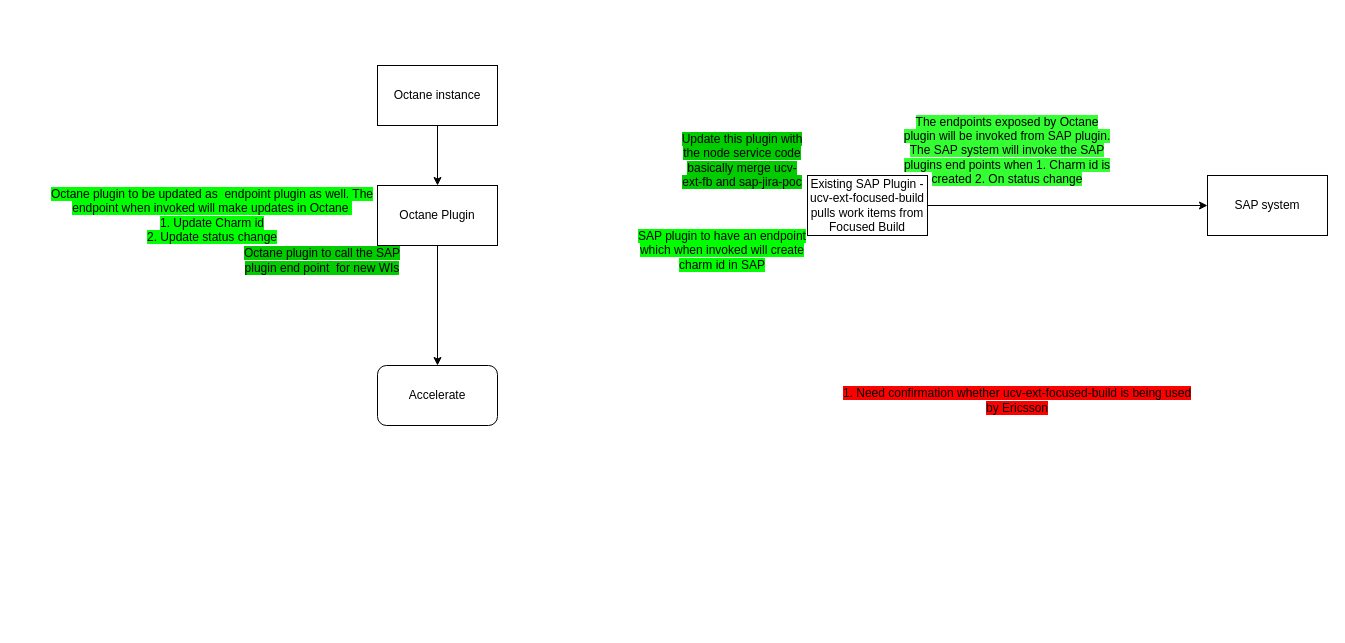
Above: Untitled Diagram.drawio in deepaannjohn/cms (draw.io), before the change. Source tidied: cells renumbered, new cells numbered last; positions are measured from the earlier drawing's top-left corner, leaving out a move shared by most shapes. Both pictures are drawn from the tidied source at 100%, with x=0, y=0 at pixel (27, 65).
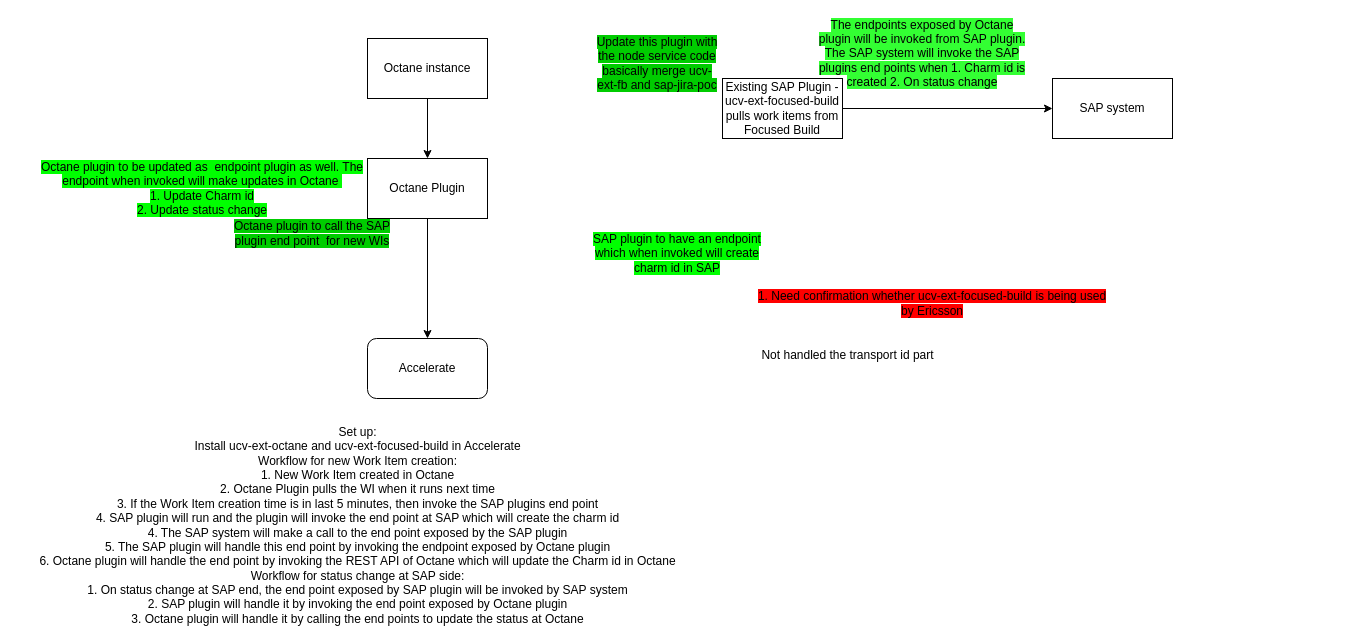
The same diagram, later.

Diff of the diagram source:
```diff
@@
 <mxGraphModel>
   <root>
     <mxCell id="0" />
     <mxCell id="1" parent="0" />
     <mxCell id="2" style="edgeStyle=orthogonalEdgeStyle;rounded=0;jettySize=auto;html=1;entryX=0.5;entryY=0;entryDx=0;entryDy=0;" parent="1" edge="1" source="3" target="6">
       <mxGeometry relative="1" as="geometry" />
     </mxCell>
     <mxCell id="3" value="Octane Plugin" style="rounded=0;whiteSpace=wrap;html=1;" parent="1" vertex="1">
-      <mxGeometry x="350" y="120" width="120" height="60" as="geometry" />
+      <mxGeometry x="340" y="93" width="120" height="60" as="geometry" />
     </mxCell>
     <mxCell id="4" style="edgeStyle=orthogonalEdgeStyle;rounded=0;jettySize=auto;html=1;entryX=0;entryY=0.5;entryDx=0;entryDy=0;" parent="1" edge="1" source="5" target="12">
       <mxGeometry relative="1" as="geometry" />
     </mxCell>
     <mxCell id="5" value="Existing SAP Plugin - ucv-ext-focused-build pulls work items from Focused Build" style="rounded=0;whiteSpace=wrap;html=1;" parent="1" vertex="1">
-      <mxGeometry x="780" y="110" width="120" height="60" as="geometry" />
+      <mxGeometry x="695" y="13" width="120" height="60" as="geometry" />
     </mxCell>
     <mxCell id="6" value="Accelerate" style="rounded=1;whiteSpace=wrap;html=1;" parent="1" vertex="1">
-      <mxGeometry x="350" y="300" width="120" height="60" as="geometry" />
+      <mxGeometry x="340" y="273" width="120" height="60" as="geometry" />
     </mxCell>
     <mxCell id="7" style="edgeStyle=orthogonalEdgeStyle;rounded=0;jettySize=auto;html=1;" parent="1" edge="1" source="8" target="3">
       <mxGeometry relative="1" as="geometry" />
     </mxCell>
     <mxCell id="8" value="Octane instance" style="rounded=0;whiteSpace=wrap;html=1;" parent="1" vertex="1">
-      <mxGeometry x="350" width="120" height="60" as="geometry" />
+      <mxGeometry x="340" y="-27" width="120" height="60" as="geometry" />
     </mxCell>
     <mxCell id="9" value="&lt;span style=&quot;background-color: rgb(0 , 255 , 0)&quot;&gt;Octane plugin to be updated as&amp;nbsp; endpoint plugin as well. The endpoint when invoked will make updates in Octane&amp;nbsp;&lt;br&gt;1. Update Charm id&lt;br&gt;2. Update status change&lt;/span&gt;" style="text;html=1;strokeColor=none;fillColor=none;align=center;verticalAlign=middle;whiteSpace=wrap;rounded=0;" parent="1" vertex="1">
-      <mxGeometry y="135" width="370" height="30" as="geometry" />
+      <mxGeometry x="-10" y="108" width="370" height="30" as="geometry" />
     </mxCell>
     <mxCell id="10" value="&lt;span style=&quot;background-color: rgb(51 , 255 , 51)&quot;&gt;The endpoints exposed by Octane plugin will be invoked from SAP plugin. The SAP system will invoke the SAP plugins end points when 1. Charm id is created 2. On status change&lt;/span&gt;" style="text;html=1;strokeColor=none;fillColor=none;align=center;verticalAlign=middle;whiteSpace=wrap;rounded=0;" parent="1" vertex="1">
-      <mxGeometry x="870" y="70" width="220" height="30" as="geometry" />
+      <mxGeometry x="785" y="-27" width="220" height="30" as="geometry" />
     </mxCell>
     <mxCell id="11" value="&lt;span style=&quot;background-color: rgb(0 , 204 , 0)&quot;&gt;Update this plugin with the node service code basically merge ucv-ext-fb and sap-jira-poc&lt;/span&gt;" style="text;html=1;strokeColor=none;fillColor=none;align=center;verticalAlign=middle;whiteSpace=wrap;rounded=0;" parent="1" vertex="1">
-      <mxGeometry x="650" y="80" width="130" height="30" as="geometry" />
+      <mxGeometry x="565" y="-17" width="130" height="30" as="geometry" />
     </mxCell>
     <mxCell id="12" value="SAP system" style="rounded=0;whiteSpace=wrap;html=1;" parent="1" vertex="1">
-      <mxGeometry x="1180" y="110" width="120" height="60" as="geometry" />
+      <mxGeometry x="1025" y="13" width="120" height="60" as="geometry" />
     </mxCell>
     <mxCell id="13" value="&lt;span style=&quot;background-color: rgb(0 , 204 , 0)&quot;&gt;Octane plugin to call the SAP plugin end point&amp;nbsp; for new WIs&lt;/span&gt;" style="text;html=1;strokeColor=none;fillColor=none;align=center;verticalAlign=middle;whiteSpace=wrap;rounded=0;" parent="1" vertex="1">
-      <mxGeometry x="200" y="180" width="190" height="30" as="geometry" />
+      <mxGeometry x="190" y="153" width="190" height="30" as="geometry" />
     </mxCell>
     <mxCell id="14" value="&lt;span style=&quot;background-color: rgb(0 , 255 , 0)&quot;&gt;SAP plugin to have an endpoint which when invoked will create charm id in SAP&lt;/span&gt;" style="text;html=1;strokeColor=none;fillColor=none;align=center;verticalAlign=middle;whiteSpace=wrap;rounded=0;" parent="1" vertex="1">
-      <mxGeometry x="610" y="170" width="170" height="30" as="geometry" />
+      <mxGeometry x="565" y="173" width="170" height="30" as="geometry" />
     </mxCell>
     <mxCell id="15" value="&lt;span style=&quot;background-color: rgb(255 , 0 , 0)&quot;&gt;1. Need confirmation whether ucv-ext-focused-build is being used by Ericsson&lt;/span&gt;" style="text;html=1;strokeColor=none;fillColor=none;align=center;verticalAlign=middle;whiteSpace=wrap;rounded=0;" parent="1" vertex="1">
-      <mxGeometry x="810" y="320" width="360" height="30" as="geometry" />
+      <mxGeometry x="725" y="223" width="360" height="30" as="geometry" />
     </mxCell>
+    <mxCell id="16" value="Set up:&lt;br&gt;Install ucv-ext-octane and ucv-ext-focused-build in Accelerate&lt;br&gt;Workflow for new Work Item creation:&lt;br&gt;1. New Work Item created in Octane&lt;br&gt;2. Octane Plugin pulls the WI when it runs next time&lt;br&gt;3. If the Work Item creation time is in last 5 minutes, then invoke the SAP plugins end point&lt;br&gt;4. SAP plugin will run and the plugin will invoke the end point at SAP which will create the charm id&lt;br&gt;4. The SAP system will make a call to the end point exposed by the SAP plugin&lt;br&gt;5. The SAP plugin will handle this end point by invoking the endpoint exposed by Octane plugin&lt;br&gt;6. Octane plugin will handle the end point by invoking the REST API of Octane which will update the Charm id in Octane&lt;br&gt;Workflow for status change at SAP side:&lt;br&gt;1. On status change at SAP end, the end point exposed by SAP plugin will be invoked by SAP system&lt;br&gt;2. SAP plugin will handle it by invoking the end point exposed by Octane plugin&lt;br&gt;3. Octane plugin will handle it by calling the end points to update the status at Octane" style="text;html=1;align=center;verticalAlign=middle;strokeColor=none;fillColor=none;fontColor=#000000;" parent="1" vertex="1">
+      <mxGeometry x="5" y="360" width="650" height="200" as="geometry" />
+    </mxCell>
+    <mxCell id="17" value="Not handled the transport id part&lt;br&gt;" style="text;html=1;align=center;verticalAlign=middle;strokeColor=none;fillColor=none;fontColor=#000000;" parent="1" vertex="1">
+      <mxGeometry x="725" y="280" width="190" height="20" as="geometry" />
+    </mxCell>
   </root>
 </mxGraphModel>
```
